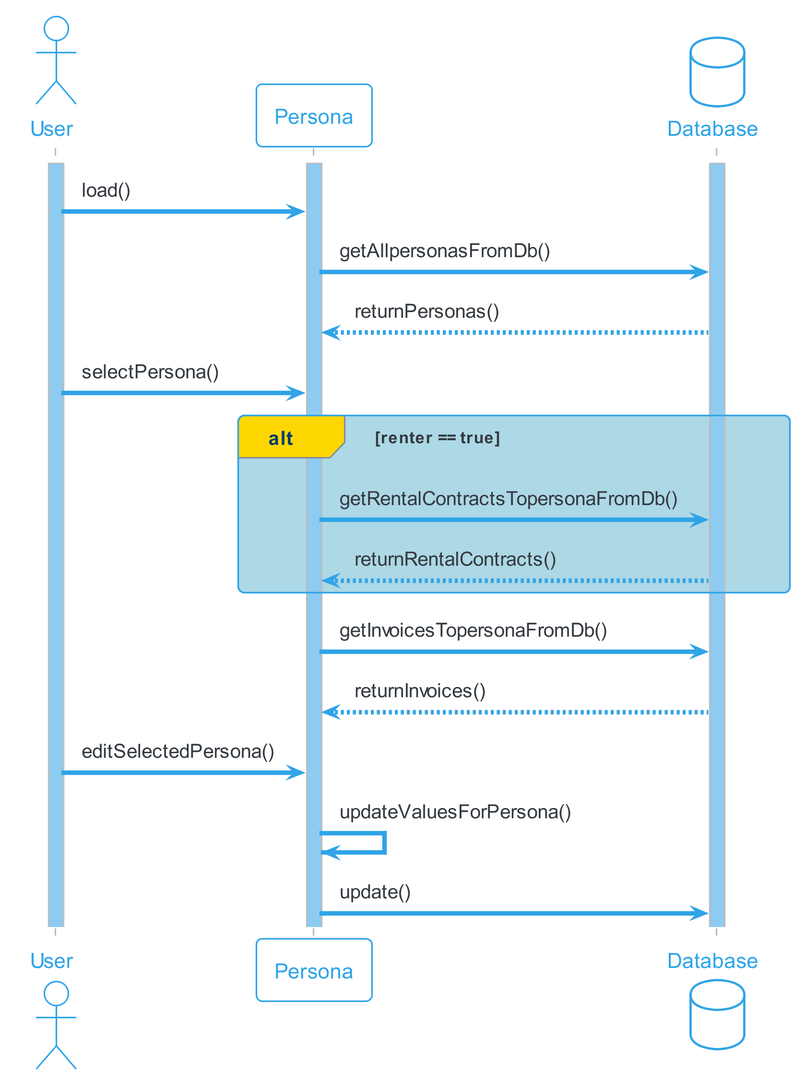
This is docs/content/diagrams/out/sequenzdiagram/personAnsehen/personAnsehen.png from sirtheta/ImmoGlobal_Semesterarbeit, a PlantUML export, as it was before one commit.
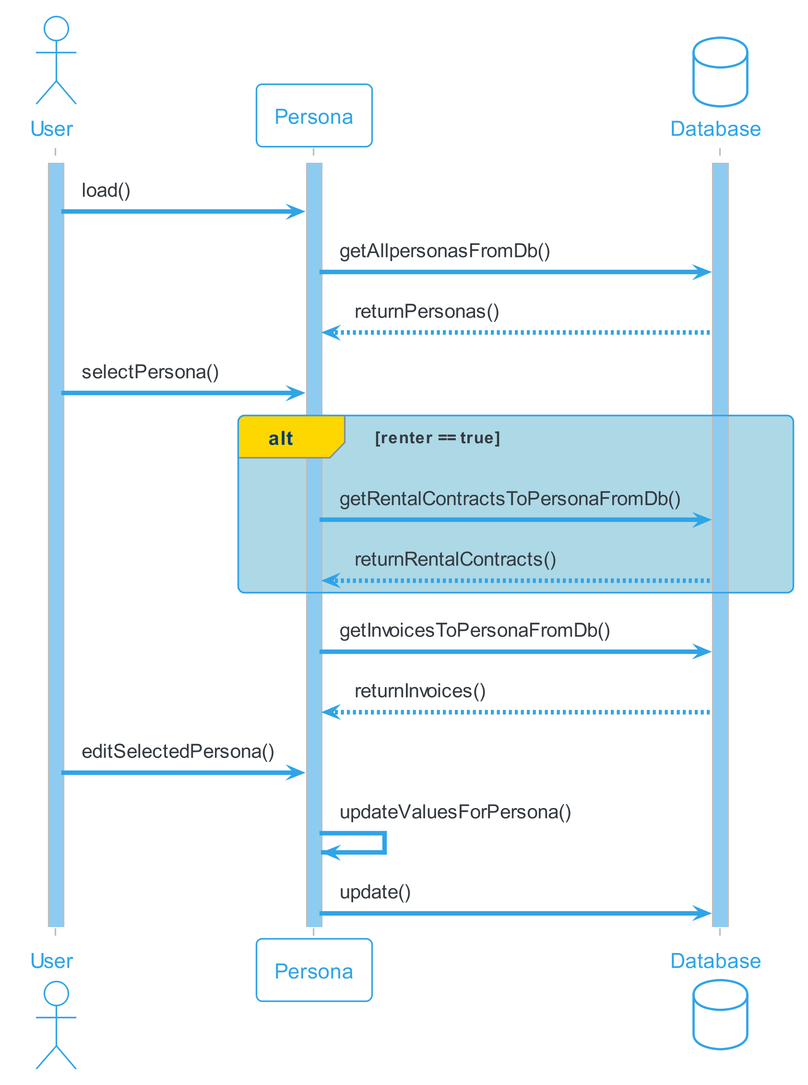
After the commit.

Diff of the diagram source:
```diff
@@ -19,12 +19,12 @@
 user -> persona : selectPersona()
 
 alt#Gold #LightBlue renter == true
-persona -> db : getRentalContractsTopersonaFromDb()
+persona -> db : getRentalContractsToPersonaFromDb()
 db --> persona : returnRentalContracts()
 end
 
 
-persona -> db : getInvoicesTopersonaFromDb()
+persona -> db : getInvoicesToPersonaFromDb()
 db --> persona : returnInvoices()
 
 user -> persona : editSelectedPersona()
```
